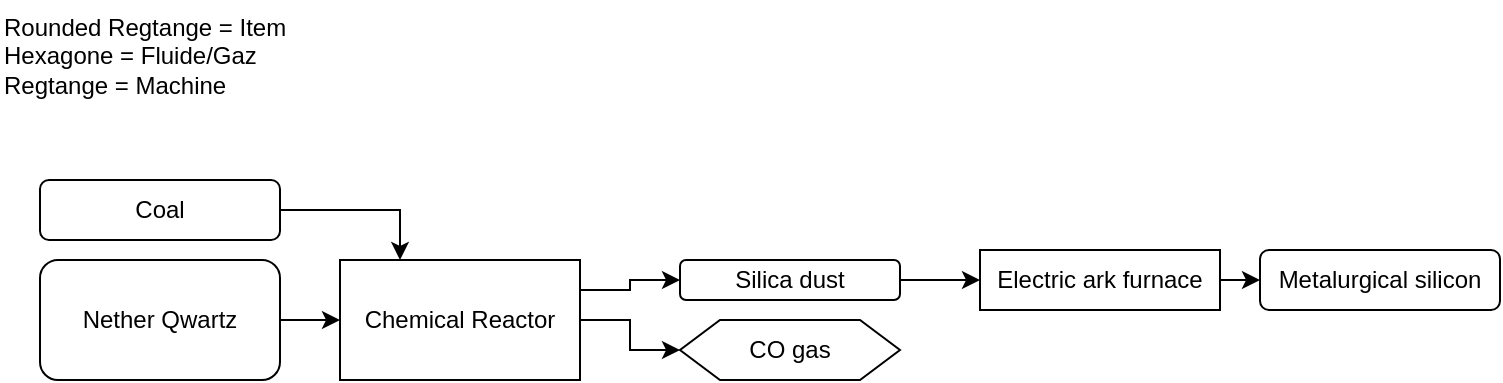
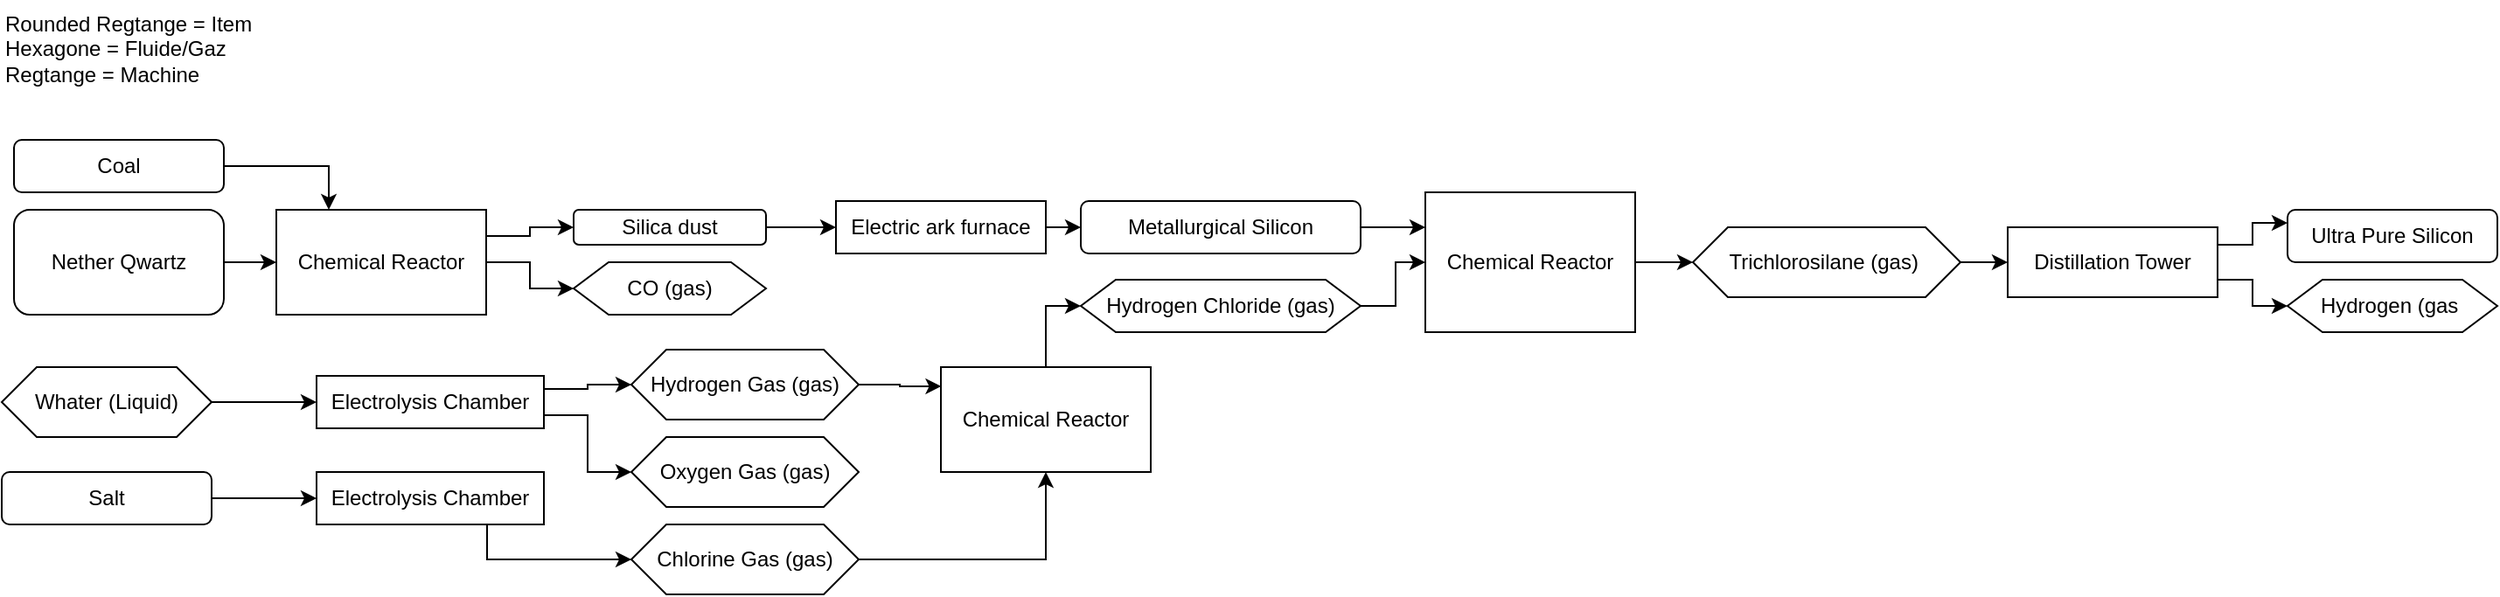
<mxfile host="Electron">
  <diagram name="Page-1" id="UTs_a_HMrb7OMIBYMdIO">
-     <mxGraphModel dx="975" dy="613" grid="1" gridSize="10" guides="1" tooltips="1" connect="1" arrows="1" fold="1" page="1" pageScale="1" pageWidth="827" pageHeight="1169" math="0" shadow="0">
+     <mxGraphModel dx="857" dy="539" grid="1" gridSize="10" guides="1" tooltips="1" connect="1" arrows="1" fold="1" page="1" pageScale="1" pageWidth="827" pageHeight="1169" math="0" shadow="0">
      <root>
        <mxCell id="0" />
        <mxCell id="1" parent="0" />
        <mxCell id="CxqFvdHV91DZN7gc9sbr-11" edge="1" parent="1" source="CxqFvdHV91DZN7gc9sbr-2" style="edgeStyle=orthogonalEdgeStyle;rounded=0;orthogonalLoop=1;jettySize=auto;html=1;" target="CxqFvdHV91DZN7gc9sbr-9" value="">
          <mxGeometry relative="1" as="geometry" />
        </mxCell>
        <mxCell id="CxqFvdHV91DZN7gc9sbr-2" parent="1" style="rounded=1;whiteSpace=wrap;html=1;" value="Nether&amp;nbsp;&lt;span style=&quot;background-color: transparent; color: light-dark(rgb(0, 0, 0), rgb(255, 255, 255));&quot;&gt;Qwartz&lt;/span&gt;" vertex="1">
          <mxGeometry height="60" width="120" x="20" y="130" as="geometry" />
        </mxCell>
        <mxCell id="CxqFvdHV91DZN7gc9sbr-7" parent="1" style="text;whiteSpace=wrap;" value="Rounded Regtange = Item&#xa;Hexagone = Fluide/Gaz&#xa;Regtange = Machine" vertex="1">
-           <mxGeometry height="40" width="400" as="geometry" />
+           <mxGeometry height="40" width="400" x="13" y="10" as="geometry" />
        </mxCell>
        <mxCell id="CxqFvdHV91DZN7gc9sbr-18" edge="1" parent="1" source="CxqFvdHV91DZN7gc9sbr-9" style="edgeStyle=orthogonalEdgeStyle;rounded=0;orthogonalLoop=1;jettySize=auto;html=1;exitX=1;exitY=0.25;exitDx=0;exitDy=0;entryX=0;entryY=0.5;entryDx=0;entryDy=0;" target="CxqFvdHV91DZN7gc9sbr-13">
          <mxGeometry relative="1" as="geometry" />
        </mxCell>
        <mxCell id="CxqFvdHV91DZN7gc9sbr-9" parent="1" style="rounded=0;whiteSpace=wrap;html=1;" value="Chemical Reactor" vertex="1">
          <mxGeometry height="60" width="120" x="170" y="130" as="geometry" />
        </mxCell>
        <mxCell id="CxqFvdHV91DZN7gc9sbr-12" edge="1" parent="1" source="CxqFvdHV91DZN7gc9sbr-10" style="edgeStyle=orthogonalEdgeStyle;rounded=0;orthogonalLoop=1;jettySize=auto;html=1;exitX=1;exitY=0.5;exitDx=0;exitDy=0;entryX=0.25;entryY=0;entryDx=0;entryDy=0;" target="CxqFvdHV91DZN7gc9sbr-9">
          <mxGeometry relative="1" as="geometry" />
        </mxCell>
        <mxCell id="CxqFvdHV91DZN7gc9sbr-10" parent="1" style="rounded=1;whiteSpace=wrap;html=1;" value="Coal" vertex="1">
          <mxGeometry height="30" width="120" x="20" y="90" as="geometry" />
        </mxCell>
        <mxCell id="CxqFvdHV91DZN7gc9sbr-20" edge="1" parent="1" source="CxqFvdHV91DZN7gc9sbr-13" style="edgeStyle=orthogonalEdgeStyle;rounded=0;orthogonalLoop=1;jettySize=auto;html=1;exitX=1;exitY=0.5;exitDx=0;exitDy=0;entryX=0;entryY=0.5;entryDx=0;entryDy=0;" target="CxqFvdHV91DZN7gc9sbr-19">
          <mxGeometry relative="1" as="geometry" />
        </mxCell>
        <mxCell id="CxqFvdHV91DZN7gc9sbr-13" parent="1" style="rounded=1;whiteSpace=wrap;html=1;" value="Silica dust" vertex="1">
          <mxGeometry height="20" width="110" x="340" y="130" as="geometry" />
        </mxCell>
-         <mxCell id="CxqFvdHV91DZN7gc9sbr-15" parent="1" style="shape=hexagon;perimeter=hexagonPerimeter2;whiteSpace=wrap;html=1;fixedSize=1;" value="CO gas" vertex="1">
+         <mxCell id="CxqFvdHV91DZN7gc9sbr-15" parent="1" style="shape=hexagon;perimeter=hexagonPerimeter2;whiteSpace=wrap;html=1;fixedSize=1;" value="CO (gas)" vertex="1">
          <mxGeometry height="30" width="110" x="340" y="160" as="geometry" />
        </mxCell>
        <mxCell id="CxqFvdHV91DZN7gc9sbr-16" edge="1" parent="1" source="CxqFvdHV91DZN7gc9sbr-9" style="edgeStyle=orthogonalEdgeStyle;rounded=0;orthogonalLoop=1;jettySize=auto;html=1;" target="CxqFvdHV91DZN7gc9sbr-15" value="">
          <mxGeometry relative="1" as="geometry" />
        </mxCell>
        <mxCell id="CxqFvdHV91DZN7gc9sbr-22" edge="1" parent="1" source="CxqFvdHV91DZN7gc9sbr-19" style="edgeStyle=orthogonalEdgeStyle;rounded=0;orthogonalLoop=1;jettySize=auto;html=1;exitX=1;exitY=0.5;exitDx=0;exitDy=0;entryX=0;entryY=0.5;entryDx=0;entryDy=0;" target="CxqFvdHV91DZN7gc9sbr-21">
          <mxGeometry relative="1" as="geometry" />
        </mxCell>
        <mxCell id="CxqFvdHV91DZN7gc9sbr-19" parent="1" style="rounded=0;whiteSpace=wrap;html=1;" value="Electric ark furnace" vertex="1">
          <mxGeometry height="30" width="120" x="490" y="125" as="geometry" />
        </mxCell>
-         <mxCell id="CxqFvdHV91DZN7gc9sbr-21" parent="1" style="rounded=1;whiteSpace=wrap;html=1;" value="Metalurgical silicon" vertex="1">
-           <mxGeometry height="30" width="120" x="630" y="125" as="geometry" />
+         <mxCell id="CxqFvdHV91DZN7gc9sbr-29" edge="1" parent="1" source="CxqFvdHV91DZN7gc9sbr-21" style="edgeStyle=orthogonalEdgeStyle;rounded=0;orthogonalLoop=1;jettySize=auto;html=1;exitX=1;exitY=0.5;exitDx=0;exitDy=0;entryX=0;entryY=0.25;entryDx=0;entryDy=0;" target="CxqFvdHV91DZN7gc9sbr-28">
+           <mxGeometry relative="1" as="geometry" />
+         </mxCell>
+         <mxCell id="CxqFvdHV91DZN7gc9sbr-21" parent="1" style="rounded=1;whiteSpace=wrap;html=1;" value="Metallurgical Silicon" vertex="1">
+           <mxGeometry height="30" width="160" x="630" y="125" as="geometry" />
+         </mxCell>
+         <mxCell id="CxqFvdHV91DZN7gc9sbr-30" edge="1" parent="1" source="CxqFvdHV91DZN7gc9sbr-27" style="edgeStyle=orthogonalEdgeStyle;rounded=0;orthogonalLoop=1;jettySize=auto;html=1;exitX=1;exitY=0.5;exitDx=0;exitDy=0;entryX=0;entryY=0.5;entryDx=0;entryDy=0;" target="CxqFvdHV91DZN7gc9sbr-28">
+           <mxGeometry relative="1" as="geometry" />
+         </mxCell>
+         <mxCell id="CxqFvdHV91DZN7gc9sbr-27" parent="1" style="shape=hexagon;perimeter=hexagonPerimeter2;whiteSpace=wrap;html=1;fixedSize=1;" value="Hydrogen Chloride (gas)" vertex="1">
+           <mxGeometry height="30" width="160" x="630" y="170" as="geometry" />
+         </mxCell>
+         <mxCell id="CxqFvdHV91DZN7gc9sbr-34" edge="1" parent="1" source="CxqFvdHV91DZN7gc9sbr-28" style="edgeStyle=orthogonalEdgeStyle;rounded=0;orthogonalLoop=1;jettySize=auto;html=1;exitX=1;exitY=0.5;exitDx=0;exitDy=0;entryX=0;entryY=0.5;entryDx=0;entryDy=0;" target="CxqFvdHV91DZN7gc9sbr-31">
+           <mxGeometry relative="1" as="geometry" />
+         </mxCell>
+         <mxCell id="CxqFvdHV91DZN7gc9sbr-28" parent="1" style="rounded=0;whiteSpace=wrap;html=1;" value="Chemical Reactor" vertex="1">
+           <mxGeometry height="80" width="120" x="827" y="120" as="geometry" />
+         </mxCell>
+         <mxCell id="CxqFvdHV91DZN7gc9sbr-37" edge="1" parent="1" source="CxqFvdHV91DZN7gc9sbr-31" style="edgeStyle=orthogonalEdgeStyle;rounded=0;orthogonalLoop=1;jettySize=auto;html=1;exitX=1;exitY=0.5;exitDx=0;exitDy=0;" target="CxqFvdHV91DZN7gc9sbr-36">
+           <mxGeometry relative="1" as="geometry" />
+         </mxCell>
+         <mxCell id="CxqFvdHV91DZN7gc9sbr-31" parent="1" style="shape=hexagon;perimeter=hexagonPerimeter2;whiteSpace=wrap;html=1;fixedSize=1;" value="Trichlorosilane (gas)&amp;nbsp;" vertex="1">
+           <mxGeometry height="40" width="153" x="980" y="140" as="geometry" />
+         </mxCell>
+         <mxCell id="CxqFvdHV91DZN7gc9sbr-39" edge="1" parent="1" source="CxqFvdHV91DZN7gc9sbr-36" style="edgeStyle=orthogonalEdgeStyle;rounded=0;orthogonalLoop=1;jettySize=auto;html=1;exitX=1;exitY=0.25;exitDx=0;exitDy=0;entryX=0;entryY=0.25;entryDx=0;entryDy=0;" target="CxqFvdHV91DZN7gc9sbr-38">
+           <mxGeometry relative="1" as="geometry" />
+         </mxCell>
+         <mxCell id="CxqFvdHV91DZN7gc9sbr-41" edge="1" parent="1" source="CxqFvdHV91DZN7gc9sbr-36" style="edgeStyle=orthogonalEdgeStyle;rounded=0;orthogonalLoop=1;jettySize=auto;html=1;exitX=1;exitY=0.75;exitDx=0;exitDy=0;entryX=0;entryY=0.5;entryDx=0;entryDy=0;" target="CxqFvdHV91DZN7gc9sbr-40">
+           <mxGeometry relative="1" as="geometry" />
+         </mxCell>
+         <mxCell id="CxqFvdHV91DZN7gc9sbr-36" parent="1" style="rounded=0;whiteSpace=wrap;html=1;" value="Distillation Tower" vertex="1">
+           <mxGeometry height="40" width="120" x="1160" y="140" as="geometry" />
+         </mxCell>
+         <mxCell id="CxqFvdHV91DZN7gc9sbr-38" parent="1" style="rounded=1;whiteSpace=wrap;html=1;" value="Ultra Pure Silicon" vertex="1">
+           <mxGeometry height="30" width="120" x="1320" y="130" as="geometry" />
+         </mxCell>
+         <mxCell id="CxqFvdHV91DZN7gc9sbr-40" parent="1" style="shape=hexagon;perimeter=hexagonPerimeter2;whiteSpace=wrap;html=1;fixedSize=1;" value="Hydrogen (gas&amp;nbsp;" vertex="1">
+           <mxGeometry height="30" width="120" x="1320" y="170" as="geometry" />
+         </mxCell>
+         <mxCell id="CxqFvdHV91DZN7gc9sbr-45" edge="1" parent="1" source="CxqFvdHV91DZN7gc9sbr-42" style="edgeStyle=orthogonalEdgeStyle;rounded=0;orthogonalLoop=1;jettySize=auto;html=1;exitX=1;exitY=0.5;exitDx=0;exitDy=0;entryX=0;entryY=0.5;entryDx=0;entryDy=0;" target="CxqFvdHV91DZN7gc9sbr-44">
+           <mxGeometry relative="1" as="geometry" />
+         </mxCell>
+         <mxCell id="CxqFvdHV91DZN7gc9sbr-42" parent="1" style="shape=hexagon;perimeter=hexagonPerimeter2;whiteSpace=wrap;html=1;fixedSize=1;" value="Whater (Liquid)" vertex="1">
+           <mxGeometry height="40" width="120" x="13" y="220" as="geometry" />
+         </mxCell>
+         <mxCell id="CxqFvdHV91DZN7gc9sbr-48" edge="1" parent="1" source="CxqFvdHV91DZN7gc9sbr-44" style="edgeStyle=orthogonalEdgeStyle;rounded=0;orthogonalLoop=1;jettySize=auto;html=1;exitX=1;exitY=0.25;exitDx=0;exitDy=0;entryX=0;entryY=0.5;entryDx=0;entryDy=0;" target="CxqFvdHV91DZN7gc9sbr-46">
+           <mxGeometry relative="1" as="geometry" />
+         </mxCell>
+         <mxCell id="CxqFvdHV91DZN7gc9sbr-49" edge="1" parent="1" source="CxqFvdHV91DZN7gc9sbr-44" style="edgeStyle=orthogonalEdgeStyle;rounded=0;orthogonalLoop=1;jettySize=auto;html=1;exitX=1;exitY=0.75;exitDx=0;exitDy=0;entryX=0;entryY=0.5;entryDx=0;entryDy=0;" target="CxqFvdHV91DZN7gc9sbr-47">
+           <mxGeometry relative="1" as="geometry" />
+         </mxCell>
+         <mxCell id="CxqFvdHV91DZN7gc9sbr-44" parent="1" style="rounded=0;whiteSpace=wrap;html=1;" value="Electrolysis Chamber" vertex="1">
+           <mxGeometry height="30" width="130" x="193" y="225" as="geometry" />
+         </mxCell>
+         <mxCell id="CxqFvdHV91DZN7gc9sbr-46" parent="1" style="shape=hexagon;perimeter=hexagonPerimeter2;whiteSpace=wrap;html=1;fixedSize=1;" value="Hydrogen Gas (gas)" vertex="1">
+           <mxGeometry height="40" width="130" x="373" y="210" as="geometry" />
+         </mxCell>
+         <mxCell id="CxqFvdHV91DZN7gc9sbr-47" parent="1" style="shape=hexagon;perimeter=hexagonPerimeter2;whiteSpace=wrap;html=1;fixedSize=1;" value=" Oxygen Gas (gas)" vertex="1">
+           <mxGeometry height="40" width="130" x="373" y="260" as="geometry" />
+         </mxCell>
+         <mxCell id="CxqFvdHV91DZN7gc9sbr-55" edge="1" parent="1" source="CxqFvdHV91DZN7gc9sbr-52" style="edgeStyle=orthogonalEdgeStyle;rounded=0;orthogonalLoop=1;jettySize=auto;html=1;exitX=1;exitY=0.5;exitDx=0;exitDy=0;entryX=0.5;entryY=1;entryDx=0;entryDy=0;" target="CxqFvdHV91DZN7gc9sbr-53">
+           <mxGeometry relative="1" as="geometry" />
+         </mxCell>
+         <mxCell id="CxqFvdHV91DZN7gc9sbr-52" parent="1" style="shape=hexagon;perimeter=hexagonPerimeter2;whiteSpace=wrap;html=1;fixedSize=1;" value=" Chlorine Gas (gas)" vertex="1">
+           <mxGeometry height="40" width="130" x="373" y="310" as="geometry" />
+         </mxCell>
+         <mxCell id="CxqFvdHV91DZN7gc9sbr-56" edge="1" parent="1" source="CxqFvdHV91DZN7gc9sbr-53" style="edgeStyle=orthogonalEdgeStyle;rounded=0;orthogonalLoop=1;jettySize=auto;html=1;exitX=0.5;exitY=0;exitDx=0;exitDy=0;entryX=0;entryY=0.5;entryDx=0;entryDy=0;" target="CxqFvdHV91DZN7gc9sbr-27">
+           <mxGeometry relative="1" as="geometry" />
+         </mxCell>
+         <mxCell id="CxqFvdHV91DZN7gc9sbr-53" parent="1" style="rounded=0;whiteSpace=wrap;html=1;" value="Chemical Reactor" vertex="1">
+           <mxGeometry height="60" width="120" x="550" y="220" as="geometry" />
+         </mxCell>
+         <mxCell id="CxqFvdHV91DZN7gc9sbr-54" edge="1" parent="1" source="CxqFvdHV91DZN7gc9sbr-46" style="edgeStyle=orthogonalEdgeStyle;rounded=0;orthogonalLoop=1;jettySize=auto;html=1;exitX=1;exitY=0.5;exitDx=0;exitDy=0;entryX=0.002;entryY=0.183;entryDx=0;entryDy=0;entryPerimeter=0;" target="CxqFvdHV91DZN7gc9sbr-53">
+           <mxGeometry relative="1" as="geometry" />
+         </mxCell>
+         <mxCell id="CxqFvdHV91DZN7gc9sbr-59" edge="1" parent="1" source="CxqFvdHV91DZN7gc9sbr-57" style="edgeStyle=orthogonalEdgeStyle;rounded=0;orthogonalLoop=1;jettySize=auto;html=1;exitX=1;exitY=0.5;exitDx=0;exitDy=0;entryX=0;entryY=0.5;entryDx=0;entryDy=0;" target="CxqFvdHV91DZN7gc9sbr-58">
+           <mxGeometry relative="1" as="geometry" />
+         </mxCell>
+         <mxCell id="CxqFvdHV91DZN7gc9sbr-57" parent="1" style="rounded=1;whiteSpace=wrap;html=1;" value="Salt" vertex="1">
+           <mxGeometry height="30" width="120" x="13" y="280" as="geometry" />
+         </mxCell>
+         <mxCell id="CxqFvdHV91DZN7gc9sbr-60" edge="1" parent="1" source="CxqFvdHV91DZN7gc9sbr-58" style="edgeStyle=orthogonalEdgeStyle;rounded=0;orthogonalLoop=1;jettySize=auto;html=1;exitX=0.75;exitY=1;exitDx=0;exitDy=0;entryX=0;entryY=0.5;entryDx=0;entryDy=0;" target="CxqFvdHV91DZN7gc9sbr-52">
+           <mxGeometry relative="1" as="geometry" />
+         </mxCell>
+         <mxCell id="CxqFvdHV91DZN7gc9sbr-58" parent="1" style="rounded=0;whiteSpace=wrap;html=1;" value="Electrolysis Chamber" vertex="1">
+           <mxGeometry height="30" width="130" x="193" y="280" as="geometry" />
        </mxCell>
      </root>
    </mxGraphModel>
  </diagram>
</mxfile>
